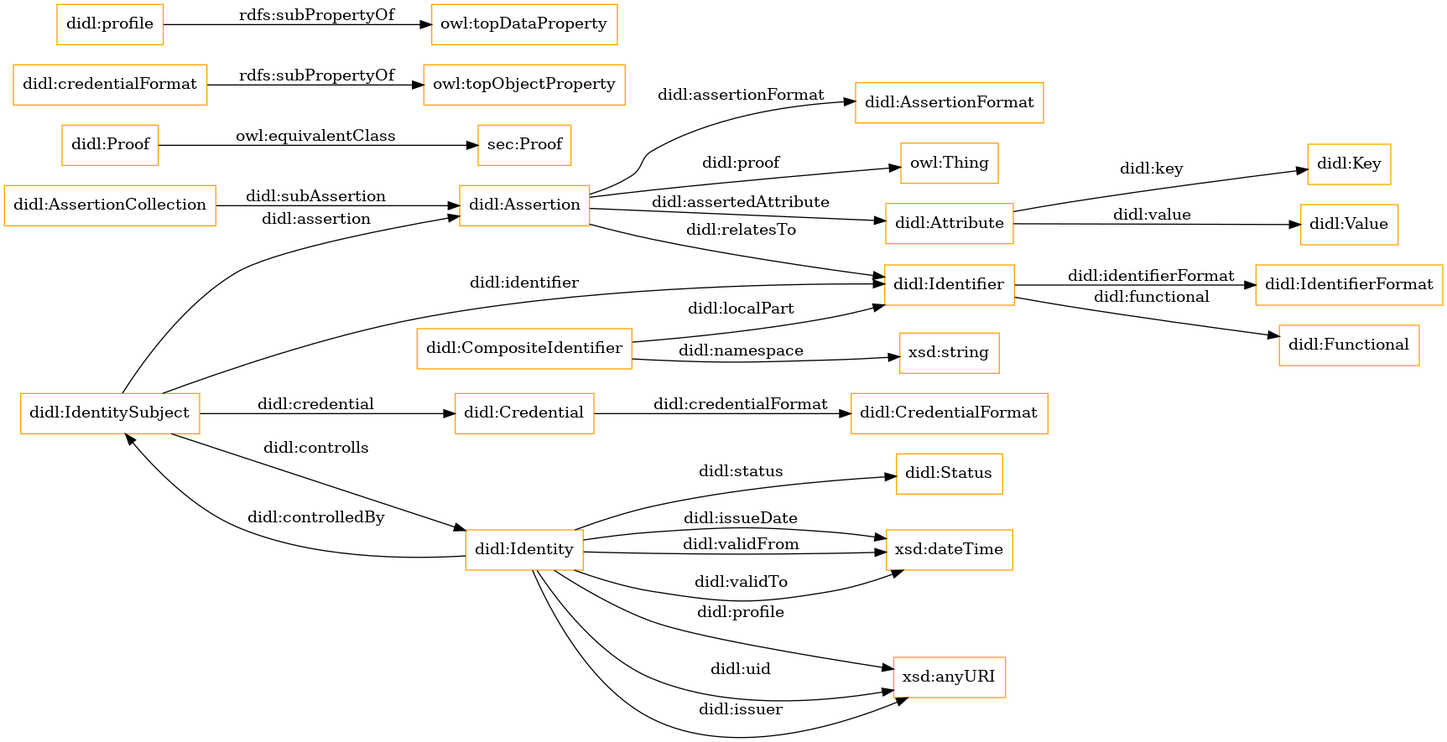
The Graphviz diagram OnToology/didl.ttl/diagrams/ar2dtool-class/didl.ttl.png in jiahang-chen/didl, before a commit. Its source is kept beside it as OnToology/didl.ttl/diagrams/ar2dtool-class/didl.ttl.png.dot.
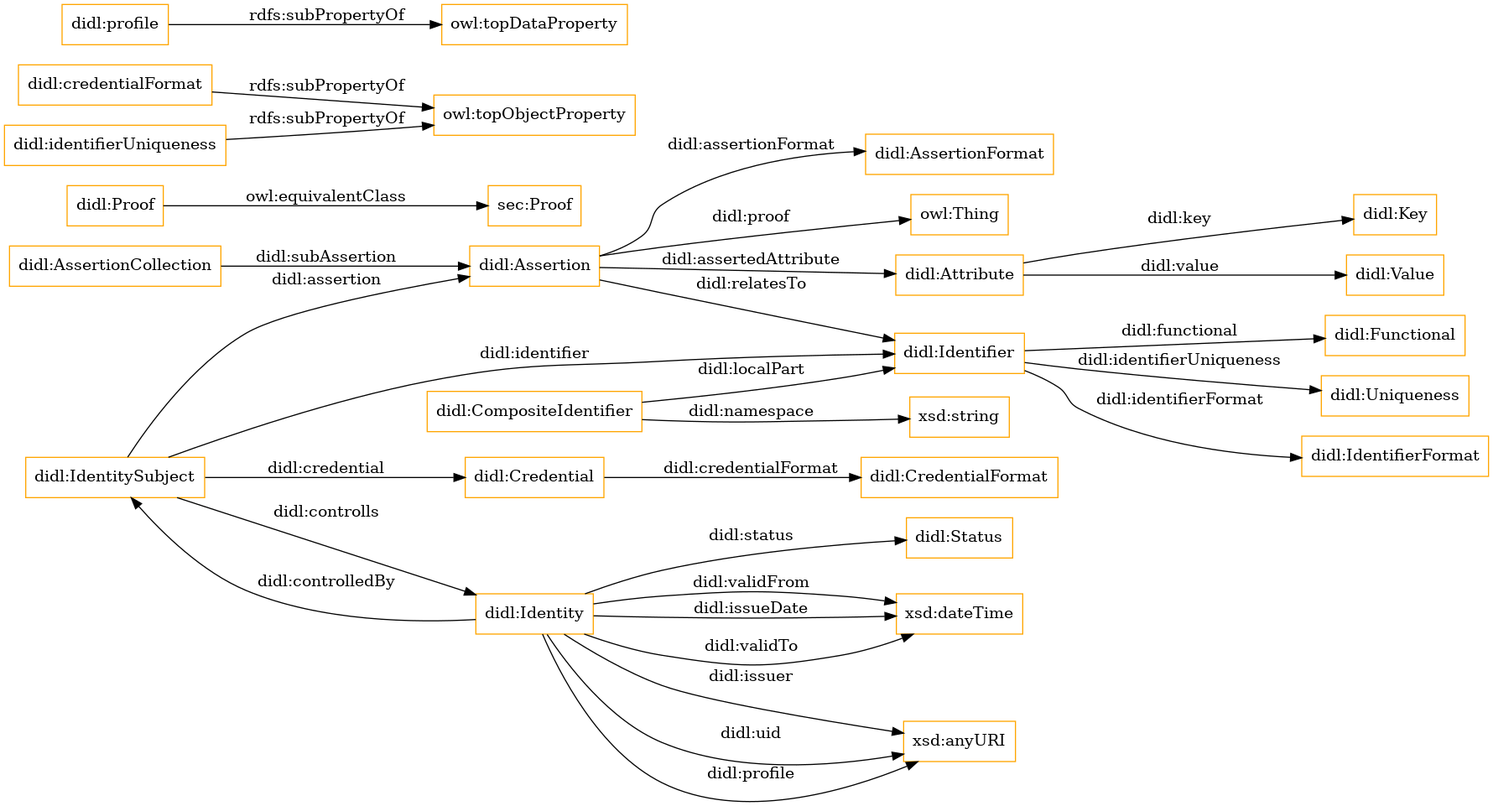
After the commit.

The edit, as a diff of the source:
```diff
@@ -1,33 +1,35 @@
 digraph ar2dtool_diagram {
 rankdir=LR;
 size="1501"
-node [shape = rectangle, color="orange"]; "didl:Attribute" "didl:CompositeIdentifier" "didl:AssertionFormat" "didl:Status" "sec:Proof" "didl:IdentifierFormat" "didl:Assertion" "didl:Key" "didl:Identity" "didl:Credential" "didl:CredentialFormat" "didl:IdentitySubject" "didl:Functional" "didl:Value" "didl:Proof" "didl:AssertionCollection" "didl:Identifier" ; /*classes style*/
+node [shape = rectangle, color="orange"]; "didl:Attribute" "didl:CompositeIdentifier" "didl:AssertionFormat" "didl:Uniqueness" "didl:Status" "sec:Proof" "didl:IdentifierFormat" "didl:Assertion" "didl:Key" "didl:Identity" "didl:Credential" "didl:CredentialFormat" "didl:IdentitySubject" "didl:Functional" "didl:Value" "didl:Proof" "didl:AssertionCollection" "didl:Identifier" ; /*classes style*/
 	"didl:credentialFormat" -> "owl:topObjectProperty" [ label = "rdfs:subPropertyOf" ];
 	"didl:Proof" -> "sec:Proof" [ label = "owl:equivalentClass" ];
+	"didl:identifierUniqueness" -> "owl:topObjectProperty" [ label = "rdfs:subPropertyOf" ];
 	"didl:profile" -> "owl:topDataProperty" [ label = "rdfs:subPropertyOf" ];
 	"didl:Assertion" -> "didl:Attribute" [ label = "didl:assertedAttribute" ];
 	"didl:AssertionCollection" -> "didl:Assertion" [ label = "didl:subAssertion" ];
 	"didl:Identity" -> "xsd:dateTime" [ label = "didl:validTo" ];
 	"didl:Identity" -> "didl:Status" [ label = "didl:status" ];
-	"didl:Identity" -> "xsd:dateTime" [ label = "didl:issueDate" ];
 	"didl:Attribute" -> "didl:Value" [ label = "didl:value" ];
 	"didl:IdentitySubject" -> "didl:Identifier" [ label = "didl:identifier" ];
 	"didl:Assertion" -> "didl:Identifier" [ label = "didl:relatesTo" ];
+	"didl:Attribute" -> "didl:Key" [ label = "didl:key" ];
+	"didl:CompositeIdentifier" -> "xsd:string" [ label = "didl:namespace" ];
+	"didl:Identity" -> "xsd:anyURI" [ label = "didl:profile" ];
+	"didl:Identifier" -> "didl:IdentifierFormat" [ label = "didl:identifierFormat" ];
+	"didl:Identity" -> "xsd:dateTime" [ label = "didl:validFrom" ];
+	"didl:Identifier" -> "didl:Functional" [ label = "didl:functional" ];
+	"didl:Assertion" -> "didl:AssertionFormat" [ label = "didl:assertionFormat" ];
+	"didl:Identity" -> "xsd:dateTime" [ label = "didl:issueDate" ];
 	"didl:Identity" -> "xsd:anyURI" [ label = "didl:issuer" ];
 	"didl:IdentitySubject" -> "didl:Identity" [ label = "didl:controlls" ];
-	"didl:Attribute" -> "didl:Key" [ label = "didl:key" ];
 	"didl:IdentitySubject" -> "didl:Assertion" [ label = "didl:assertion" ];
-	"didl:CompositeIdentifier" -> "xsd:string" [ label = "didl:namespace" ];
 	"didl:Credential" -> "didl:CredentialFormat" [ label = "didl:credentialFormat" ];
 	"didl:Identity" -> "didl:IdentitySubject" [ label = "didl:controlledBy" ];
-	"didl:Identity" -> "xsd:anyURI" [ label = "didl:profile" ];
 	"didl:CompositeIdentifier" -> "didl:Identifier" [ label = "didl:localPart" ];
-	"didl:Identifier" -> "didl:IdentifierFormat" [ label = "didl:identifierFormat" ];
-	"didl:Identity" -> "xsd:dateTime" [ label = "didl:validFrom" ];
+	"didl:Identifier" -> "didl:Uniqueness" [ label = "didl:identifierUniqueness" ];
 	"didl:IdentitySubject" -> "didl:Credential" [ label = "didl:credential" ];
-	"didl:Identifier" -> "didl:Functional" [ label = "didl:functional" ];
 	"didl:Assertion" -> "owl:Thing" [ label = "didl:proof" ];
 	"didl:Identity" -> "xsd:anyURI" [ label = "didl:uid" ];
-	"didl:Assertion" -> "didl:AssertionFormat" [ label = "didl:assertionFormat" ];
 
 }
```
